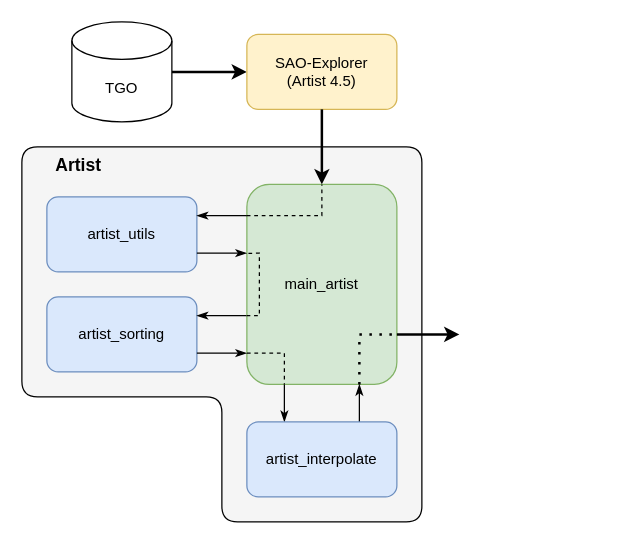
Earlier version of the draw.io diagram page "Artist Processing" (4 of 6) of Software_Architecture.drawio (Kian0902/Masters_Project). Source tidied: cells renumbered, new cells numbered last; positions are measured from the earlier drawing's top-left corner, leaving out a move shared by most shapes. Both pictures are drawn from the tidied source at 125%, with x=0, y=0 at pixel (21, 21).
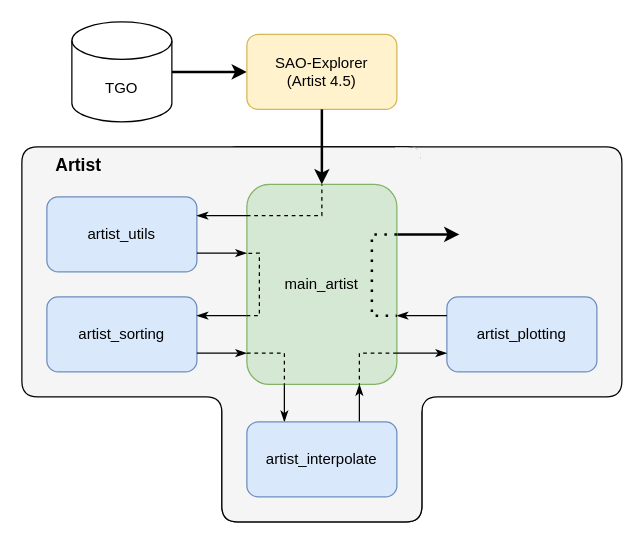
The same diagram, later.

Unchanged cells that the change refers to:
```xml
<mxCell id="6" value="main_artist" style="rounded=1;whiteSpace=wrap;html=1;fillColor=#d5e8d4;strokeColor=#82b366;" parent="1" vertex="1">
  <mxGeometry x="180" y="130" width="120" height="160" as="geometry" />
</mxCell>
```

Diff of the diagram source:
```diff
@@
-    <mxCell id="2" style="shape=corner;direction=south;whiteSpace=wrap;html=0;dx=200;dy=160;fillColor=#F5F5F5;perimeterSpacing=0;rounded=1;arcSize=25;dashed=0;" parent="1" vertex="1">
-      <mxGeometry y="100" width="320" height="300" as="geometry" />
-    </mxCell>
+    <mxCell id="23" style="group;" parent="1" vertex="1">
+      <mxGeometry y="100" width="480" height="300" as="geometry" />
+    </mxCell>
+    <mxCell id="24" style="shape=corner;direction=east;whiteSpace=wrap;html=0;dx=160;dy=200;fillColor=#F5F5F5;perimeterSpacing=0;rounded=1;arcSize=25;dashed=0;" parent="23" vertex="1">
+      <mxGeometry x="160" width="320" height="300" as="geometry" />
+    </mxCell>
+    <mxCell id="25" style="shape=corner;direction=south;whiteSpace=wrap;html=0;dx=200;dy=160;fillColor=#F5F5F5;perimeterSpacing=0;rounded=1;arcSize=25;dashed=0;" parent="23" vertex="1">
+      <mxGeometry width="320" height="300" as="geometry" />
+    </mxCell>
+    <mxCell id="26" style="endArrow=none;html=1;rounded=0;strokeColor=#f5f5f5;strokeWidth=2;" parent="23" edge="1">
+      <mxGeometry relative="1" as="geometry">
+        <mxPoint x="320" y="205" as="sourcePoint" />
+        <mxPoint x="320" y="5" as="targetPoint" />
+      </mxGeometry>
+    </mxCell>
+    <mxCell id="27" style="endArrow=none;html=1;rounded=0;exitX=0.005;exitY=0.067;exitDx=0;exitDy=0;exitPerimeter=0;strokeColor=#f5f5f5;strokeWidth=2;entryX=0.005;entryY=0.017;entryDx=0;entryDy=0;entryPerimeter=0;" parent="23" edge="1" source="25" target="25">
+      <mxGeometry relative="1" as="geometry" />
+    </mxCell>
+    <mxCell id="28" style="endArrow=none;html=1;rounded=0;strokeColor=#f5f5f5;strokeWidth=1;entryX=0.693;entryY=0.006;entryDx=0;entryDy=0;entryPerimeter=0;exitX=0.514;exitY=0.666;exitDx=0;exitDy=0;exitPerimeter=0;" parent="23" edge="1" source="24" target="25">
+      <mxGeometry relative="1" as="geometry" />
+    </mxCell>
+    <mxCell id="29" style="endArrow=none;html=1;rounded=0;strokeColor=#f5f5f5;strokeWidth=2;exitX=0.676;exitY=-0.003;exitDx=0;exitDy=0;exitPerimeter=0;entryX=0.692;entryY=0.004;entryDx=0;entryDy=0;entryPerimeter=0;" parent="23" edge="1" source="25" target="25">
+      <mxGeometry relative="1" as="geometry" />
+    </mxCell>
+    <mxCell id="30" style="endArrow=none;html=1;rounded=0;strokeColor=#f5f5f5;strokeWidth=2;exitX=0.498;exitY=0.683;exitDx=0;exitDy=0;exitPerimeter=0;entryX=0.713;entryY=0.006;entryDx=0;entryDy=0;entryPerimeter=0;" parent="23" edge="1" source="24" target="25">
+      <mxGeometry relative="1" as="geometry" />
+    </mxCell>
+    <mxCell id="31" style="endArrow=none;html=1;rounded=0;strokeColor=#f5f5f5;strokeWidth=2;exitX=0.005;exitY=0.019;exitDx=0;exitDy=0;exitPerimeter=0;" parent="23" edge="1" source="25">
+      <mxGeometry relative="1" as="geometry">
+        <mxPoint x="320" y="5" as="targetPoint" />
+      </mxGeometry>
+    </mxCell>
+    <mxCell id="32" style="endArrow=none;html=1;rounded=0;strokeColor=#f5f5f5;strokeWidth=2;exitX=0.012;exitY=0.01;exitDx=0;exitDy=0;exitPerimeter=0;entryX=0.027;entryY=0.002;entryDx=0;entryDy=0;entryPerimeter=0;" parent="23" edge="1" source="25" target="25">
+      <mxGeometry relative="1" as="geometry" />
+    </mxCell>
+    <mxCell id="33" value="artist_plotting" style="rounded=1;whiteSpace=wrap;html=1;fillColor=#dae8fc;strokeColor=#6c8ebf;" parent="23" vertex="1">
+      <mxGeometry x="340" y="120" width="120" height="60" as="geometry" />
+    </mxCell>
+    <mxCell id="34" style="endArrow=none;html=1;rounded=0;entryX=0;entryY=0.75;entryDx=0;entryDy=0;endFill=0;startArrow=classicThin;startFill=1;" parent="23" edge="1">
+      <mxGeometry relative="1" as="geometry">
+        <mxPoint x="300" y="135" as="sourcePoint" />
+        <mxPoint x="340" y="135" as="targetPoint" />
+      </mxGeometry>
+    </mxCell>
+    <mxCell id="22" style="endArrow=classic;html=1;rounded=0;exitX=1;exitY=0.75;exitDx=0;exitDy=0;strokeWidth=2;" parent="23" edge="1">
+      <mxGeometry relative="1" as="geometry">
+        <mxPoint x="300" y="70" as="sourcePoint" />
+        <mxPoint x="350" y="70" as="targetPoint" />
+      </mxGeometry>
+    </mxCell>
@@
-    <mxCell id="21" style="endArrow=none;dashed=1;html=1;dashPattern=1 3;strokeWidth=2;rounded=0;exitX=0.75;exitY=1;exitDx=0;exitDy=0;entryX=1;entryY=0.75;entryDx=0;entryDy=0;" parent="1" edge="1" source="6" target="6">
+    <mxCell id="21" style="endArrow=none;dashed=1;html=1;dashPattern=1 3;strokeWidth=2;rounded=0;exitX=1;exitY=0.25;exitDx=0;exitDy=0;entryX=1;entryY=0.75;entryDx=0;entryDy=0;" parent="1" edge="1" source="6">
       <mxGeometry relative="1" as="geometry">
+        <mxPoint x="300" y="235" as="targetPoint" />
         <Array as="points">
-          <mxPoint x="270" y="250" />
+          <mxPoint x="280" y="170" />
+          <mxPoint x="280" y="235" />
         </Array>
       </mxGeometry>
     </mxCell>
-    <mxCell id="22" style="endArrow=classic;html=1;rounded=0;exitX=1;exitY=0.75;exitDx=0;exitDy=0;strokeWidth=2;" parent="1" edge="1" source="6">
-      <mxGeometry relative="1" as="geometry">
-        <mxPoint x="350" y="250" as="targetPoint" />
-      </mxGeometry>
-    </mxCell>
+    <mxCell id="35" style="endArrow=none;dashed=1;html=1;rounded=0;entryX=0.25;entryY=1;entryDx=0;entryDy=0;" parent="1" edge="1">
+      <mxGeometry relative="1" as="geometry">
+        <mxPoint x="300" y="265" as="sourcePoint" />
+        <mxPoint x="270" y="290" as="targetPoint" />
+        <Array as="points">
+          <mxPoint x="270" y="265" />
+        </Array>
+      </mxGeometry>
+    </mxCell>
+    <mxCell id="36" style="endArrow=classicThin;html=1;rounded=0;entryX=0;entryY=0.75;entryDx=0;entryDy=0;endFill=1;" parent="1" edge="1" target="33">
+      <mxGeometry relative="1" as="geometry">
+        <mxPoint x="300" y="265" as="sourcePoint" />
+      </mxGeometry>
+    </mxCell>
```
